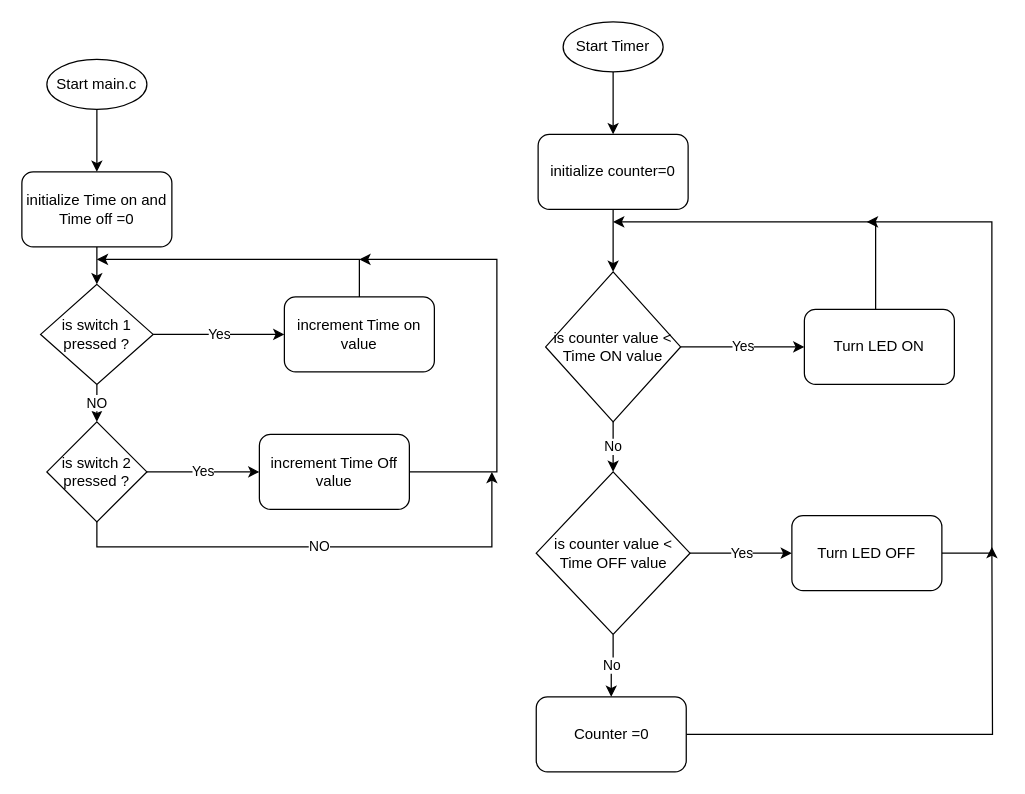
Earlier version of the draw.io diagram Flowchart.drawio (ahmedhish/egfwd_ARM-LED-Control). Source tidied: cells renumbered, new cells numbered last; positions are measured from the earlier drawing's top-left corner, leaving out a move shared by most shapes. Both pictures are drawn from the tidied source at 125%, with x=0, y=0 at pixel (21, 21).
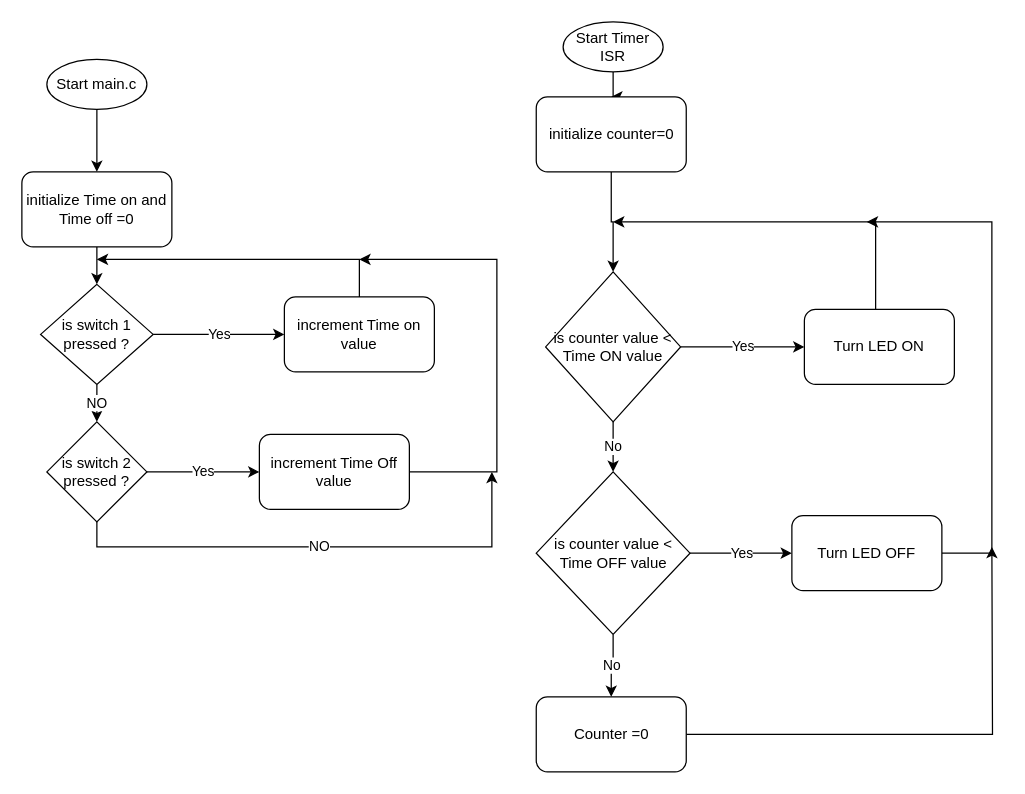
The same diagram, later.

What changed in the source:
```diff
@@
-    <mxCell id="17" value="Start Timer" style="ellipse;whiteSpace=wrap;html=1;" parent="1" vertex="1">
+    <mxCell id="17" value="Start Timer ISR" style="ellipse;whiteSpace=wrap;html=1;" parent="1" vertex="1">
       <mxGeometry x="433" width="80" height="40" as="geometry" />
     </mxCell>
@@
     <mxCell id="19" value="initialize counter=0" style="rounded=1;whiteSpace=wrap;html=1;" parent="1" vertex="1">
-      <mxGeometry x="413" y="90" width="120" height="60" as="geometry" />
+      <mxGeometry x="411.5" y="60" width="120" height="60" as="geometry" />
     </mxCell>
```
